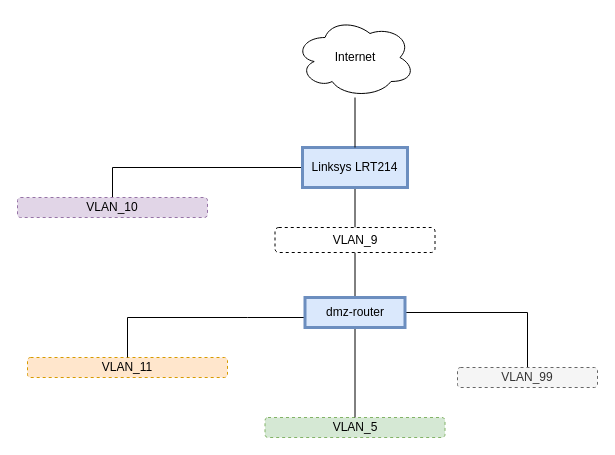
Before: page "NETWORK" (1 of 3) of Experiments.drawio in jakobum/draw.io, a draw.io diagram. Source tidied: cells renumbered, new cells numbered last; positions are measured from the earlier drawing's top-left corner, leaving out a move shared by most shapes. Both pictures are drawn from the tidied source at 100%, with x=0, y=0 at pixel (17, 17).
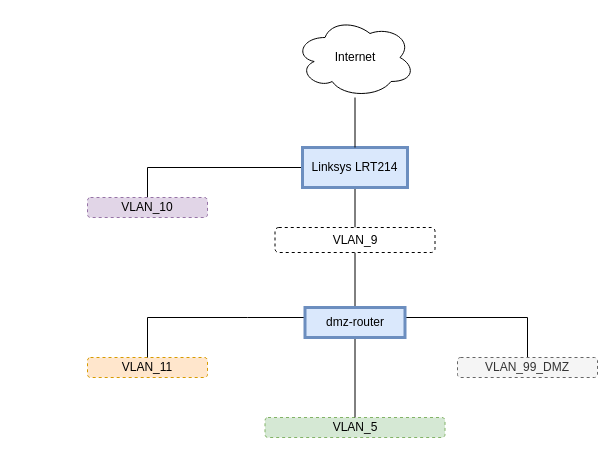
The same page after the edit.

What changed in the source:
```diff
@@
 <mxGraphModel>
   <root>
     <mxCell id="0" />
     <mxCell id="1" parent="0" />
     <mxCell id="2" value="&lt;div&gt;Internet&lt;/div&gt;" style="ellipse;shape=cloud;whiteSpace=wrap;html=1;" parent="1" vertex="1">
       <mxGeometry x="277.5" width="120" height="80" as="geometry" />
     </mxCell>
     <mxCell id="3" style="edgeStyle=orthogonalEdgeStyle;rounded=0;jettySize=auto;html=1;endArrow=none;endFill=0;" parent="1" edge="1" source="5" target="8">
       <mxGeometry relative="1" as="geometry" />
     </mxCell>
     <mxCell id="4" style="edgeStyle=orthogonalEdgeStyle;rounded=0;jettySize=auto;html=1;endArrow=none;endFill=0;" parent="1" edge="1" source="5" target="11">
       <mxGeometry relative="1" as="geometry" />
     </mxCell>
     <mxCell id="5" value="Linksys&amp;nbsp;LRT214" style="rounded=0;whiteSpace=wrap;html=1;fillColor=#dae8fc;strokeColor=#6c8ebf;strokeWidth=3;" parent="1" vertex="1">
       <mxGeometry x="285" y="130" width="105" height="40" as="geometry" />
     </mxCell>
     <mxCell id="6" style="endArrow=none;html=1;rounded=0;" parent="1" edge="1" source="5" target="2">
       <mxGeometry relative="1" as="geometry" />
     </mxCell>
     <mxCell id="7" value="&lt;div&gt;VLAN_5&lt;/div&gt;" style="rounded=1;whiteSpace=wrap;html=1;fillColor=#d5e8d4;strokeColor=#82b366;dashed=1;" parent="1" vertex="1">
       <mxGeometry x="247.5" y="400" width="180" height="20" as="geometry" />
     </mxCell>
     <mxCell id="8" value="VLAN_10" style="rounded=1;whiteSpace=wrap;html=1;fillColor=#e1d5e7;strokeColor=#9673a6;gradientColor=none;dashed=1;" parent="1" vertex="1">
-      <mxGeometry y="180" width="190" height="20" as="geometry" />
+      <mxGeometry x="70" y="180" width="120" height="20" as="geometry" />
     </mxCell>
     <mxCell id="9" value="VLAN_11" style="rounded=1;whiteSpace=wrap;html=1;fillColor=#ffe6cc;strokeColor=#d79b00;dashed=1;" parent="1" vertex="1">
-      <mxGeometry x="10" y="340" width="200" height="20" as="geometry" />
+      <mxGeometry x="70" y="340" width="120" height="20" as="geometry" />
     </mxCell>
     <mxCell id="10" style="edgeStyle=orthogonalEdgeStyle;rounded=0;jettySize=auto;html=1;endArrow=none;endFill=0;" parent="1" edge="1" source="11" target="15">
       <mxGeometry relative="1" as="geometry" />
     </mxCell>
     <mxCell id="11" value="VLAN_9" style="rounded=1;whiteSpace=wrap;html=1;dashed=1;" parent="1" vertex="1">
       <mxGeometry x="257.5" y="210" width="160" height="25" as="geometry" />
     </mxCell>
     <mxCell id="12" style="edgeStyle=orthogonalEdgeStyle;rounded=0;jettySize=auto;html=1;endArrow=none;endFill=0;" parent="1" edge="1" source="15" target="9">
       <mxGeometry relative="1" as="geometry">
         <Array as="points">
           <mxPoint x="230" y="300" />
           <mxPoint x="230" y="300" />
         </Array>
       </mxGeometry>
     </mxCell>
     <mxCell id="13" style="edgeStyle=orthogonalEdgeStyle;rounded=0;jettySize=auto;html=1;endArrow=none;endFill=0;" parent="1" edge="1" source="15" target="16">
-      <mxGeometry relative="1" as="geometry" />
+      <mxGeometry relative="1" as="geometry">
+        <Array as="points">
+          <mxPoint x="510" y="300" />
+        </Array>
+      </mxGeometry>
     </mxCell>
     <mxCell id="14" style="edgeStyle=orthogonalEdgeStyle;rounded=0;jettySize=auto;html=1;endArrow=none;endFill=0;" parent="1" edge="1" source="15" target="7">
       <mxGeometry relative="1" as="geometry" />
     </mxCell>
     <mxCell id="15" value="dmz-router" style="rounded=0;whiteSpace=wrap;html=1;strokeWidth=3;fillColor=#dae8fc;strokeColor=#6c8ebf;" parent="1" vertex="1">
-      <mxGeometry x="287.5" y="280" width="100" height="30" as="geometry" />
+      <mxGeometry x="287.5" y="290" width="100" height="30" as="geometry" />
     </mxCell>
-    <mxCell id="16" value="&lt;div&gt;VLAN_99&lt;/div&gt;" style="rounded=1;whiteSpace=wrap;html=1;dashed=1;fillColor=#f5f5f5;fontColor=#333333;strokeColor=#666666;" parent="1" vertex="1">
-      <mxGeometry x="440" y="350" width="140" height="20" as="geometry" />
+    <mxCell id="16" value="&lt;div&gt;VLAN_99_DMZ&lt;/div&gt;" style="rounded=1;whiteSpace=wrap;html=1;dashed=1;fillColor=#f5f5f5;fontColor=#333333;strokeColor=#666666;" parent="1" vertex="1">
+      <mxGeometry x="440" y="340" width="140" height="20" as="geometry" />
     </mxCell>
   </root>
 </mxGraphModel>
```
